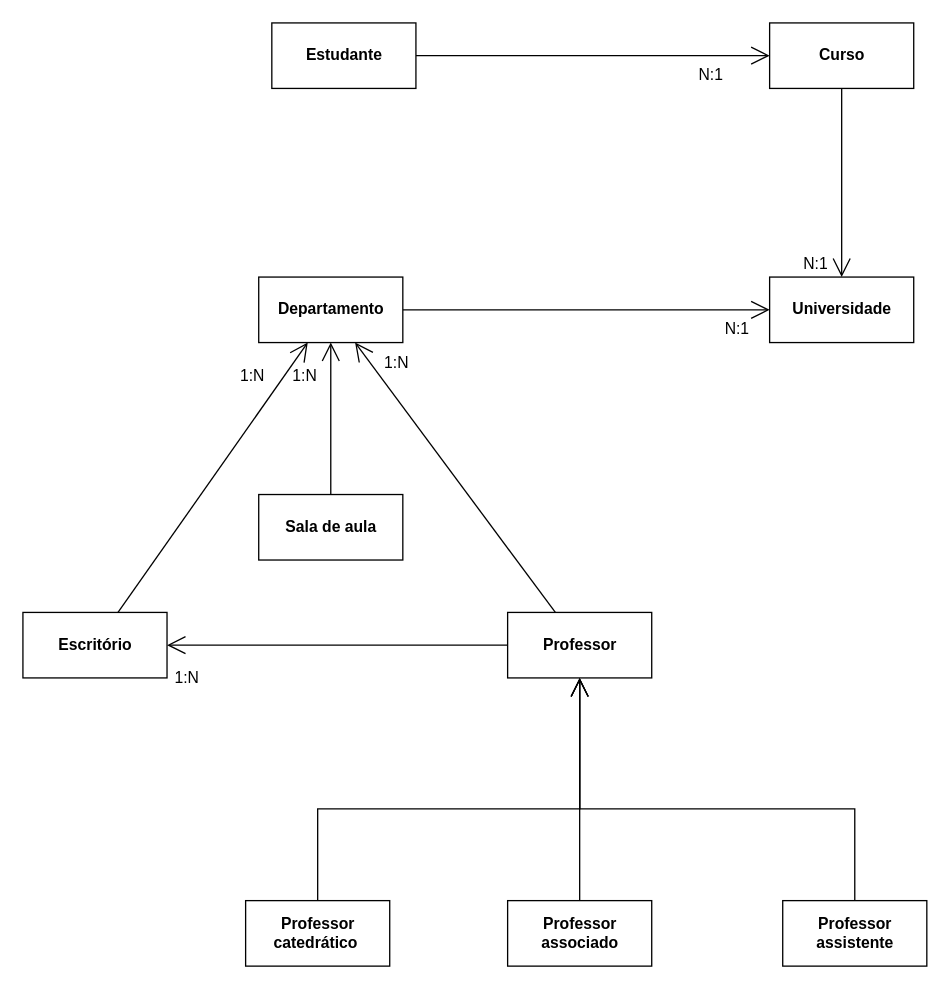
Before: Ficha6_ex2.drawio in gonnatinfo2000/Ficha-6, a draw.io diagram. Source tidied: cells renumbered, new cells numbered last; positions are measured from the earlier drawing's top-left corner, leaving out a move shared by most shapes. Both pictures are drawn from the tidied source at 131%, with x=0, y=0 at pixel (22, 22).
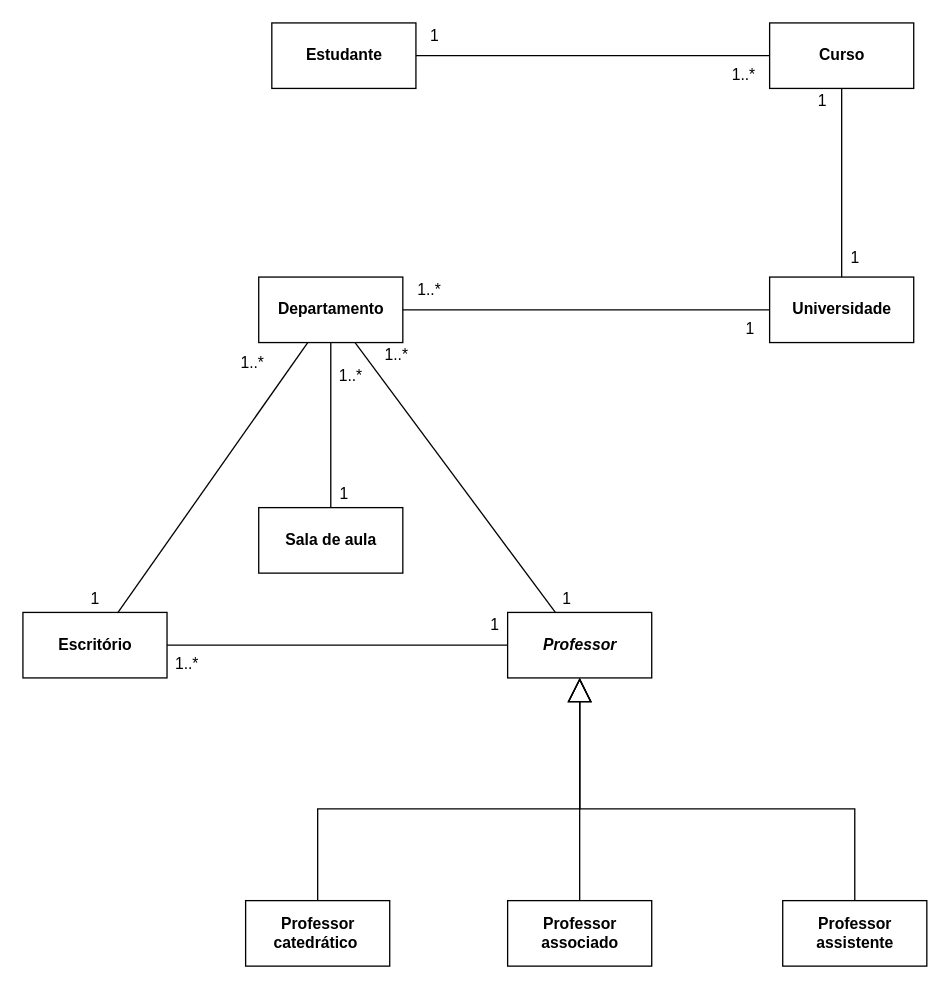
After the change.

Unchanged cells that the change refers to:
```xml
<mxCell id="19" value="&lt;b&gt;Estudante&lt;/b&gt;" style="html=1;" parent="1" vertex="1">
  <mxGeometry x="190" width="110" height="50" as="geometry" />
</mxCell>
<mxCell id="20" value="&lt;b&gt;Curso&lt;/b&gt;" style="html=1;" parent="1" vertex="1">
  <mxGeometry x="570" width="110" height="50" as="geometry" />
</mxCell>
<mxCell id="21" value="&lt;b&gt;Universidade&lt;/b&gt;" style="html=1;" parent="1" vertex="1">
  <mxGeometry x="570" y="194" width="110" height="50" as="geometry" />
</mxCell>
<mxCell id="22" value="&lt;b&gt;Departamento&lt;/b&gt;" style="html=1;" parent="1" vertex="1">
  <mxGeometry x="180" y="194" width="110" height="50" as="geometry" />
</mxCell>
<mxCell id="23" value="&lt;b&gt;Escritório&lt;/b&gt;" style="html=1;" parent="1" vertex="1">
  <mxGeometry y="450" width="110" height="50" as="geometry" />
</mxCell>
<mxCell id="26" value="&lt;b&gt;Professor &lt;br&gt;catedrático&amp;nbsp;&lt;/b&gt;" style="html=1;" parent="1" vertex="1">
  <mxGeometry x="170" y="670" width="110" height="50" as="geometry" />
</mxCell>
<mxCell id="27" value="&lt;b&gt;Professor&lt;br&gt;associado&lt;br&gt;&lt;/b&gt;" style="html=1;" parent="1" vertex="1">
  <mxGeometry x="370" y="670" width="110" height="50" as="geometry" />
</mxCell>
<mxCell id="28" value="&lt;b&gt;Professor&lt;br&gt;assistente&lt;br&gt;&lt;/b&gt;" style="html=1;" parent="1" vertex="1">
  <mxGeometry x="580" y="670" width="110" height="50" as="geometry" />
</mxCell>
```

The edit, as a diff of the source:
```diff
@@
-    <mxCell id="2" style="endArrow=open;endFill=1;endSize=12;html=1;rounded=0;" parent="1" edge="1" source="23" target="22">
-      <mxGeometry relative="1" as="geometry" />
-    </mxCell>
-    <mxCell id="3" style="endArrow=open;endFill=1;endSize=12;html=1;rounded=0;" parent="1" edge="1" source="24" target="22">
-      <mxGeometry relative="1" as="geometry" />
-    </mxCell>
-    <mxCell id="4" value="1:N" style="text;html=1;align=center;verticalAlign=middle;strokeColor=none;fillColor=none;" parent="1" vertex="1">
-      <mxGeometry x="160" y="260" width="30" height="20" as="geometry" />
+    <mxCell id="4" value="1..*" style="text;html=1;align=center;verticalAlign=middle;strokeColor=none;fillColor=none;" parent="1" vertex="1">
+      <mxGeometry x="160" y="250" width="30" height="20" as="geometry" />
     </mxCell>
-    <mxCell id="5" value="1:N" style="text;html=1;align=center;verticalAlign=middle;strokeColor=none;fillColor=none;" parent="1" vertex="1">
-      <mxGeometry x="200" y="260" width="30" height="20" as="geometry" />
-    </mxCell>
-    <mxCell id="6" value="N:1" style="text;html=1;align=center;verticalAlign=middle;strokeColor=none;fillColor=none;" parent="1" vertex="1">
-      <mxGeometry x="530" y="224" width="30" height="20" as="geometry" />
-    </mxCell>
-    <mxCell id="7" style="endArrow=open;endFill=1;endSize=12;html=1;rounded=0;" parent="1" edge="1" source="25" target="22">
-      <mxGeometry relative="1" as="geometry" />
-    </mxCell>
-    <mxCell id="8" value="1:N" style="text;html=1;align=center;verticalAlign=middle;strokeColor=none;fillColor=none;" parent="1" vertex="1">
-      <mxGeometry x="270" y="250" width="30" height="20" as="geometry" />
-    </mxCell>
-    <mxCell id="9" style="endArrow=open;endFill=1;endSize=12;html=1;rounded=0;" parent="1" edge="1" source="26" target="25">
-      <mxGeometry relative="1" as="geometry">
-        <Array as="points">
-          <mxPoint x="225" y="600" />
-          <mxPoint x="425" y="600" />
-        </Array>
-      </mxGeometry>
-    </mxCell>
-    <mxCell id="10" style="endArrow=open;endFill=1;endSize=12;html=1;rounded=0;" parent="1" edge="1" source="27" target="25">
-      <mxGeometry relative="1" as="geometry" />
-    </mxCell>
-    <mxCell id="11" style="endArrow=open;endFill=1;endSize=12;html=1;rounded=0;" parent="1" edge="1" source="28" target="25">
-      <mxGeometry relative="1" as="geometry">
-        <Array as="points">
-          <mxPoint x="635" y="600" />
-          <mxPoint x="425" y="600" />
-        </Array>
-      </mxGeometry>
-    </mxCell>
-    <mxCell id="12" style="endArrow=open;endFill=1;endSize=12;html=1;rounded=0;" parent="1" edge="1" source="25" target="23">
-      <mxGeometry relative="1" as="geometry" />
-    </mxCell>
-    <mxCell id="13" value="1:N" style="text;html=1;align=center;verticalAlign=middle;strokeColor=none;fillColor=none;" parent="1" vertex="1">
-      <mxGeometry x="110" y="490" width="30" height="20" as="geometry" />
-    </mxCell>
-    <mxCell id="14" style="endArrow=open;endFill=1;endSize=12;html=1;rounded=0;" parent="1" edge="1" source="22" target="21">
-      <mxGeometry relative="1" as="geometry" />
-    </mxCell>
-    <mxCell id="15" style="endArrow=open;endFill=1;endSize=12;html=1;rounded=0;" parent="1" edge="1" source="20" target="21">
-      <mxGeometry relative="1" as="geometry" />
-    </mxCell>
-    <mxCell id="16" style="endArrow=open;endFill=1;endSize=12;html=1;rounded=0;" parent="1" edge="1" source="19" target="20">
-      <mxGeometry relative="1" as="geometry" />
-    </mxCell>
-    <mxCell id="17" value="N:1" style="text;html=1;align=center;verticalAlign=middle;strokeColor=none;fillColor=none;" parent="1" vertex="1">
-      <mxGeometry x="590" y="174" width="30" height="20" as="geometry" />
-    </mxCell>
-    <mxCell id="18" value="N:1" style="text;html=1;align=center;verticalAlign=middle;strokeColor=none;fillColor=none;" parent="1" vertex="1">
-      <mxGeometry x="510" y="30" width="30" height="20" as="geometry" />
-    </mxCell>
@@
     <mxCell id="24" value="&lt;b&gt;Sala de aula&lt;/b&gt;" style="html=1;" parent="1" vertex="1">
-      <mxGeometry x="180" y="360" width="110" height="50" as="geometry" />
+      <mxGeometry x="180" y="370" width="110" height="50" as="geometry" />
     </mxCell>
-    <mxCell id="25" value="&lt;b&gt;Professor&lt;/b&gt;" style="html=1;" parent="1" vertex="1">
+    <mxCell id="25" value="&lt;b&gt;&lt;i&gt;Professor&lt;/i&gt;&lt;/b&gt;" style="html=1;" parent="1" vertex="1">
       <mxGeometry x="370" y="450" width="110" height="50" as="geometry" />
     </mxCell>
@@
+    <mxCell id="16" style="endArrow=none;endSize=16;endFill=0;html=1;rounded=0;" parent="1" edge="1" source="19" target="20">
+      <mxGeometry relative="1" as="geometry" />
+    </mxCell>
+    <mxCell id="29" style="endArrow=none;endSize=16;endFill=0;html=1;rounded=0;" parent="1" edge="1" source="21" target="20">
+      <mxGeometry relative="1" as="geometry" />
+    </mxCell>
+    <mxCell id="14" style="endArrow=none;endSize=16;endFill=0;html=1;rounded=0;" parent="1" edge="1" source="22" target="21">
+      <mxGeometry relative="1" as="geometry" />
+    </mxCell>
+    <mxCell id="2" style="endArrow=none;endSize=16;endFill=0;html=1;rounded=0;" parent="1" edge="1" source="23" target="22">
+      <mxGeometry relative="1" as="geometry" />
+    </mxCell>
+    <mxCell id="3" style="endArrow=none;endSize=16;endFill=0;html=1;rounded=0;" parent="1" edge="1" source="24" target="22">
+      <mxGeometry relative="1" as="geometry" />
+    </mxCell>
+    <mxCell id="7" style="endArrow=none;endSize=16;endFill=0;html=1;rounded=0;" parent="1" edge="1" source="25" target="22">
+      <mxGeometry relative="1" as="geometry" />
+    </mxCell>
+    <mxCell id="9" style="endArrow=block;endSize=16;endFill=0;html=1;rounded=0;" parent="1" edge="1" source="26" target="25">
+      <mxGeometry relative="1" as="geometry">
+        <Array as="points">
+          <mxPoint x="225" y="600" />
+          <mxPoint x="425" y="600" />
+        </Array>
+      </mxGeometry>
+    </mxCell>
+    <mxCell id="10" style="endArrow=block;endSize=16;endFill=0;html=1;rounded=0;" parent="1" edge="1" source="27" target="25">
+      <mxGeometry relative="1" as="geometry" />
+    </mxCell>
+    <mxCell id="11" style="endArrow=block;endSize=16;endFill=0;html=1;rounded=0;" parent="1" edge="1" source="28" target="25">
+      <mxGeometry relative="1" as="geometry">
+        <Array as="points">
+          <mxPoint x="635" y="600" />
+          <mxPoint x="425" y="600" />
+        </Array>
+      </mxGeometry>
+    </mxCell>
+    <mxCell id="12" style="endArrow=none;endSize=16;endFill=0;html=1;rounded=0;" parent="1" edge="1" source="25" target="23">
+      <mxGeometry relative="1" as="geometry" />
+    </mxCell>
+    <mxCell id="30" value="1" style="text;html=1;align=center;verticalAlign=middle;strokeColor=none;fillColor=none;" parent="1" vertex="1">
+      <mxGeometry x="304" width="20" height="20" as="geometry" />
+    </mxCell>
+    <mxCell id="31" value="1" style="text;html=1;align=center;verticalAlign=middle;strokeColor=none;fillColor=none;" parent="1" vertex="1">
+      <mxGeometry x="600" y="50" width="20" height="20" as="geometry" />
+    </mxCell>
+    <mxCell id="32" value="1" style="text;html=1;align=center;verticalAlign=middle;strokeColor=none;fillColor=none;" parent="1" vertex="1">
+      <mxGeometry x="545" y="224" width="20" height="20" as="geometry" />
+    </mxCell>
+    <mxCell id="33" value="1" style="text;html=1;align=center;verticalAlign=middle;strokeColor=none;fillColor=none;" parent="1" vertex="1">
+      <mxGeometry x="405" y="430" width="20" height="20" as="geometry" />
+    </mxCell>
+    <mxCell id="34" value="1" style="text;html=1;align=center;verticalAlign=middle;strokeColor=none;fillColor=none;" parent="1" vertex="1">
+      <mxGeometry x="235" y="350" width="20" height="20" as="geometry" />
+    </mxCell>
+    <mxCell id="35" value="1" style="text;html=1;align=center;verticalAlign=middle;strokeColor=none;fillColor=none;" parent="1" vertex="1">
+      <mxGeometry x="45" y="430" width="20" height="20" as="geometry" />
+    </mxCell>
+    <mxCell id="36" value="1..*" style="text;html=1;align=center;verticalAlign=middle;strokeColor=none;fillColor=none;" parent="1" vertex="1">
+      <mxGeometry x="235" y="260" width="30" height="20" as="geometry" />
+    </mxCell>
+    <mxCell id="37" value="1..*" style="text;html=1;align=center;verticalAlign=middle;strokeColor=none;fillColor=none;" parent="1" vertex="1">
+      <mxGeometry x="270" y="244" width="30" height="20" as="geometry" />
+    </mxCell>
+    <mxCell id="38" value="1..*" style="text;html=1;align=center;verticalAlign=middle;strokeColor=none;fillColor=none;" parent="1" vertex="1">
+      <mxGeometry x="295" y="194" width="30" height="20" as="geometry" />
+    </mxCell>
+    <mxCell id="39" value="1..*" style="text;html=1;align=center;verticalAlign=middle;strokeColor=none;fillColor=none;" parent="1" vertex="1">
+      <mxGeometry x="535" y="30" width="30" height="20" as="geometry" />
+    </mxCell>
+    <mxCell id="40" value="1" style="text;html=1;align=center;verticalAlign=middle;strokeColor=none;fillColor=none;" parent="1" vertex="1">
+      <mxGeometry x="625" y="170" width="20" height="20" as="geometry" />
+    </mxCell>
+    <mxCell id="41" value="1..*" style="text;html=1;align=center;verticalAlign=middle;strokeColor=none;fillColor=none;" parent="1" vertex="1">
+      <mxGeometry x="110" y="480" width="30" height="20" as="geometry" />
+    </mxCell>
+    <mxCell id="42" value="1" style="text;html=1;align=center;verticalAlign=middle;strokeColor=none;fillColor=none;" parent="1" vertex="1">
+      <mxGeometry x="350" y="450" width="20" height="20" as="geometry" />
+    </mxCell>
```
